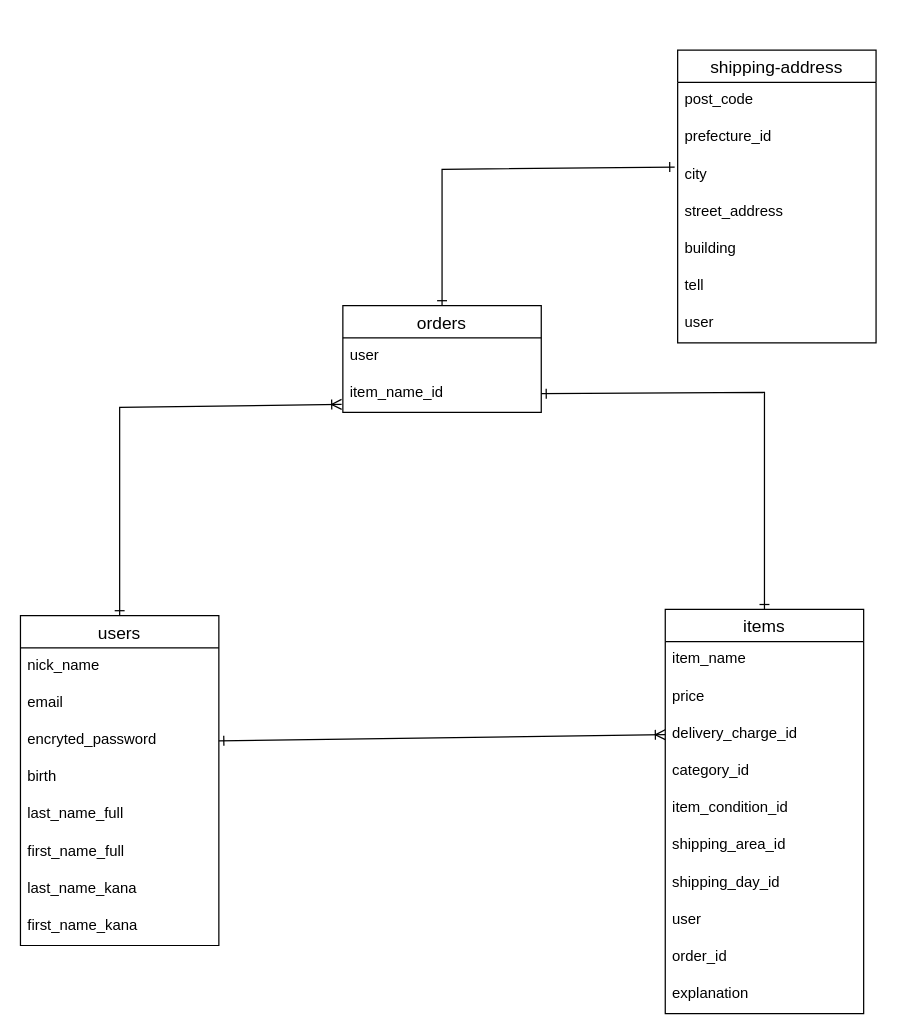
Before: furima.dio in sayo1718/furima-39208, a draw.io diagram. Source tidied: cells renumbered, new cells numbered last; positions are measured from the earlier drawing's top-left corner, leaving out a move shared by most shapes. Both pictures are drawn from the tidied source at 124%, with x=0, y=0 at pixel (20, 50).
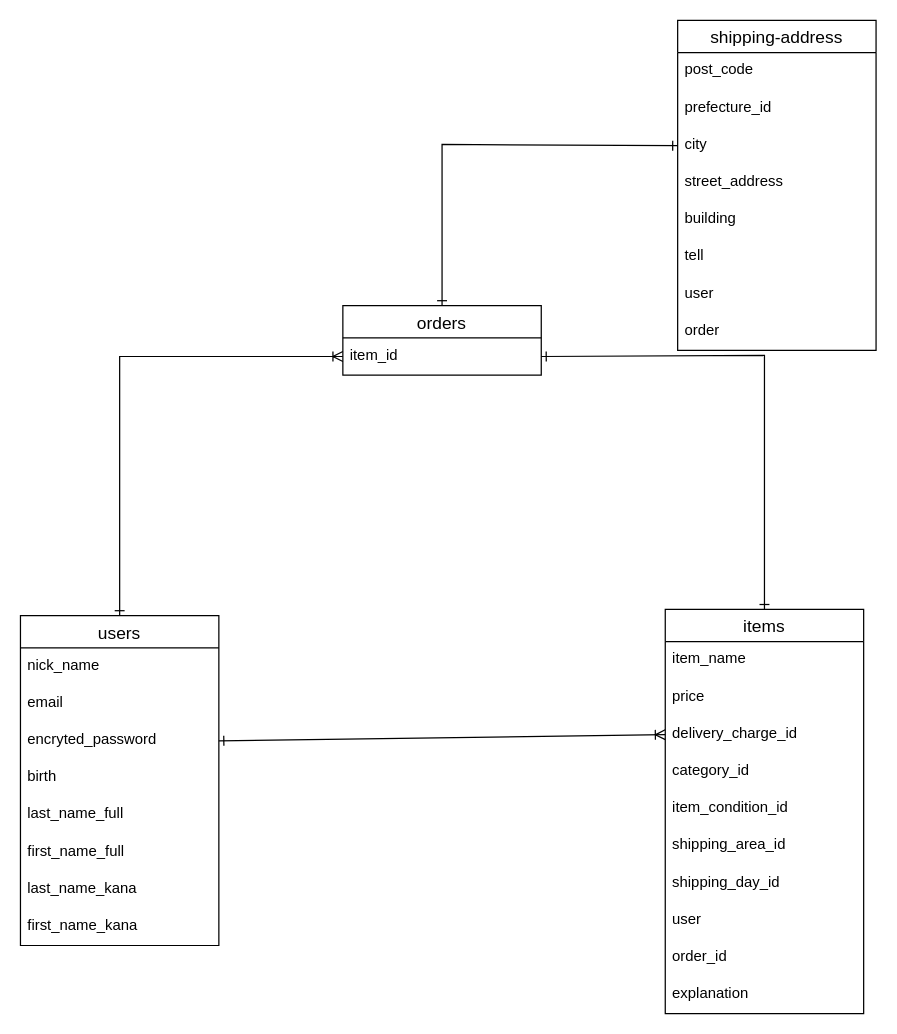
Above is the later version.

The change refers to these unchanged cells:
```xml
<mxCell id="3" value="users" style="swimlane;fontStyle=0;horizontal=1;startSize=26;align=center;fontSize=14;" parent="1" vertex="1">
  <mxGeometry y="456" width="160" height="266" as="geometry" />
</mxCell>
<mxCell id="13" value="items" style="swimlane;fontStyle=0;horizontal=1;startSize=26;align=center;fontSize=14;" parent="1" vertex="1">
  <mxGeometry x="520" y="451" width="160" height="326" as="geometry" />
</mxCell>
<mxCell id="27" value="city" style="text;strokeColor=none;fillColor=none;spacingLeft=4;spacingRight=4;overflow=hidden;points=[[0,0.5],[1,0.5]];portConstraint=eastwest;fontSize=12;" parent="24" vertex="1">
  <mxGeometry y="86" width="160" height="30" as="geometry" />
</mxCell>
```

Diff of the diagram source:
```diff
@@
-    <mxCell id="2" style="edgeStyle=none;html=1;exitX=0.5;exitY=0;exitDx=0;exitDy=0;entryX=-0.006;entryY=0.787;entryDx=0;entryDy=0;startArrow=ERone;startFill=0;endArrow=ERoneToMany;endFill=0;rounded=0;entryPerimeter=0;" parent="1" edge="1" source="3">
+    <mxCell id="2" style="edgeStyle=none;html=1;exitX=0.5;exitY=0;exitDx=0;exitDy=0;entryX=0;entryY=0.5;entryDx=0;entryDy=0;startArrow=ERone;startFill=0;endArrow=ERoneToMany;endFill=0;rounded=0;" parent="1" edge="1" source="3" target="35">
       <mxGeometry relative="1" as="geometry">
-        <mxPoint x="259" y="285.6" as="targetPoint" />
         <Array as="points">
-          <mxPoint x="80" y="288" />
+          <mxPoint x="80" y="247" />
         </Array>
       </mxGeometry>
     </mxCell>
@@
     <mxCell id="12" style="edgeStyle=none;html=1;exitX=0.5;exitY=0;exitDx=0;exitDy=0;rounded=0;startArrow=ERone;startFill=0;endArrow=ERone;endFill=0;entryX=1;entryY=0.5;entryDx=0;entryDy=0;" parent="1" edge="1" source="13" target="35">
       <mxGeometry relative="1" as="geometry">
         <Array as="points">
-          <mxPoint x="600" y="276" />
+          <mxPoint x="600" y="246" />
         </Array>
       </mxGeometry>
     </mxCell>
@@
     <mxCell id="24" value="shipping-address" style="swimlane;fontStyle=0;horizontal=1;startSize=26;align=center;fontSize=14;" parent="1" vertex="1">
-      <mxGeometry x="530" width="160" height="236" as="geometry" />
+      <mxGeometry x="530" y="-24" width="160" height="266" as="geometry" />
     </mxCell>
@@
+    <mxCell id="37" value="order" style="text;strokeColor=none;fillColor=none;spacingLeft=4;spacingRight=4;overflow=hidden;fontSize=12;" parent="24" vertex="1">
+      <mxGeometry y="236" width="160" height="30" as="geometry" />
+    </mxCell>
-    <mxCell id="32" style="edgeStyle=none;html=1;exitX=0.5;exitY=0;exitDx=0;exitDy=0;entryX=-0.015;entryY=0.273;entryDx=0;entryDy=0;entryPerimeter=0;rounded=0;endArrow=ERone;endFill=0;startArrow=ERone;startFill=0;" parent="1" edge="1" source="33" target="27">
+    <mxCell id="32" style="edgeStyle=none;html=1;exitX=0.5;exitY=0;exitDx=0;exitDy=0;entryX=0;entryY=0.5;entryDx=0;entryDy=0;rounded=0;endArrow=ERone;endFill=0;startArrow=ERone;startFill=0;" parent="1" edge="1" source="33" target="27">
       <mxGeometry relative="1" as="geometry">
         <Array as="points">
-          <mxPoint x="340" y="96" />
+          <mxPoint x="340" y="76" />
         </Array>
       </mxGeometry>
     </mxCell>
     <mxCell id="33" value="orders" style="swimlane;fontStyle=0;horizontal=1;startSize=26;align=center;fontSize=14;" parent="1" vertex="1">
-      <mxGeometry x="260" y="206" width="160" height="86" as="geometry" />
+      <mxGeometry x="260" y="206" width="160" height="56" as="geometry" />
     </mxCell>
-    <mxCell id="34" value="user" style="text;strokeColor=none;fillColor=none;spacingLeft=4;spacingRight=4;overflow=hidden;fontSize=12;" parent="33" vertex="1">
-      <mxGeometry y="26" width="160" height="30" as="geometry" />
-    </mxCell>
-    <mxCell id="35" value="item_name_id" style="text;strokeColor=none;fillColor=none;spacingLeft=4;spacingRight=4;overflow=hidden;points=[[0,0.5],[1,0.5]];portConstraint=eastwest;fontSize=12;" parent="33" vertex="1">
-      <mxGeometry y="56" width="160" height="30" as="geometry" />
+    <mxCell id="35" value="item_id" style="text;strokeColor=none;fillColor=none;spacingLeft=4;spacingRight=4;overflow=hidden;points=[[0,0.5],[1,0.5]];portConstraint=eastwest;fontSize=12;" parent="33" vertex="1">
+      <mxGeometry y="26" width="160" height="30" as="geometry" />
     </mxCell>
```
